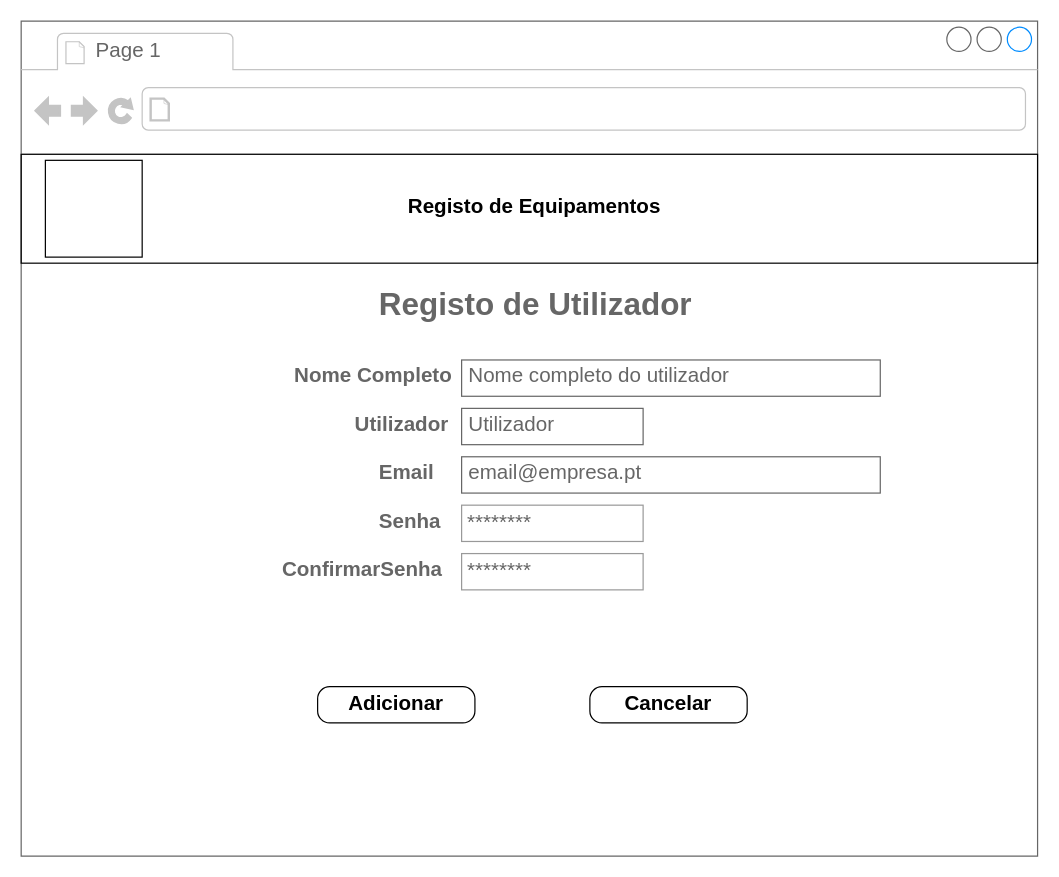
Above: page "Registo Utilizador" (2 of 9) of Desenho/Mockups/Completo.drawio in VicenteCAlves/ProjetoFinalPWA (draw.io), before the change. Source tidied: cells renumbered, new cells numbered last; positions are measured from the earlier drawing's top-left corner, leaving out a move shared by most shapes. Both pictures are drawn from the tidied source at 121%, with x=0, y=0 at pixel (21, 21).
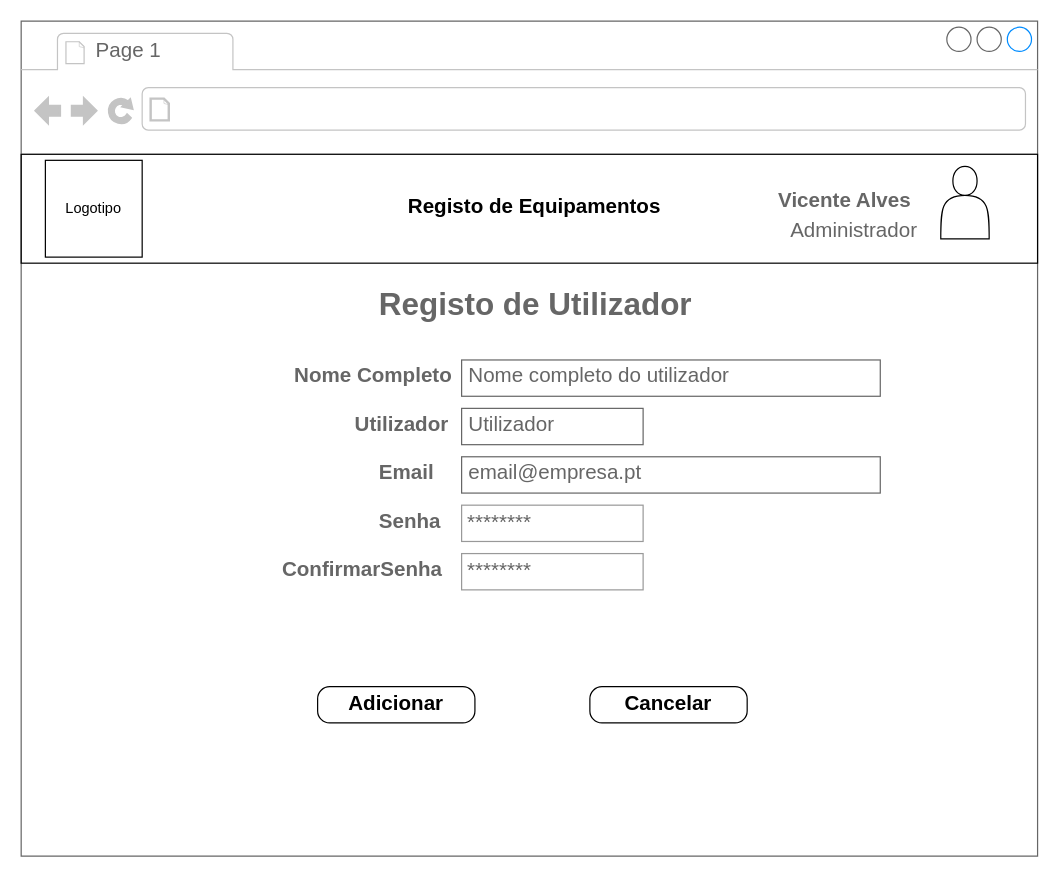
After the change.

Unchanged cells that the change refers to:
```xml
<mxCell id="2" style="strokeWidth=1;shadow=0;dashed=0;align=center;html=1;shape=mxgraph.mockup.containers.browserWindow;rSize=0;strokeColor=#666666;strokeColor2=#008cff;strokeColor3=#c4c4c4;mainText=,;" parent="1" vertex="1">
  <mxGeometry width="840" height="690" as="geometry" />
</mxCell>
```

What changed in the source:
```diff
@@
-    <mxCell id="6" style="whiteSpace=wrap;html=1;" parent="2" vertex="1">
+    <mxCell id="6" value="&lt;span&gt;Logotipo&lt;/span&gt;" style="whiteSpace=wrap;html=1;" parent="2" vertex="1">
       <mxGeometry x="20" y="115" width="80" height="80" as="geometry" />
     </mxCell>
@@
+    <mxCell id="21" value="Administrador" style="strokeWidth=1;shadow=0;dashed=0;align=center;html=1;shape=mxgraph.mockup.text.textBox;fontColor=#666666;align=left;fontSize=17;spacingLeft=4;spacingTop=-3;strokeColor=none;mainText=;" parent="2" vertex="1">
+      <mxGeometry x="630" y="160" width="150" height="30" as="geometry" />
+    </mxCell>
+    <mxCell id="22" style="shape=actor;whiteSpace=wrap;html=1;" parent="2" vertex="1">
+      <mxGeometry x="760" y="120" width="40" height="60" as="geometry" />
+    </mxCell>
+    <mxCell id="23" value="&lt;b&gt;Vicente Alves&lt;/b&gt;" style="strokeWidth=1;shadow=0;dashed=0;align=center;html=1;shape=mxgraph.mockup.text.textBox;fontColor=#666666;align=left;fontSize=17;spacingLeft=4;spacingTop=-3;strokeColor=none;mainText=;" parent="2" vertex="1">
+      <mxGeometry x="620" y="135" width="130" height="30" as="geometry" />
+    </mxCell>
```
